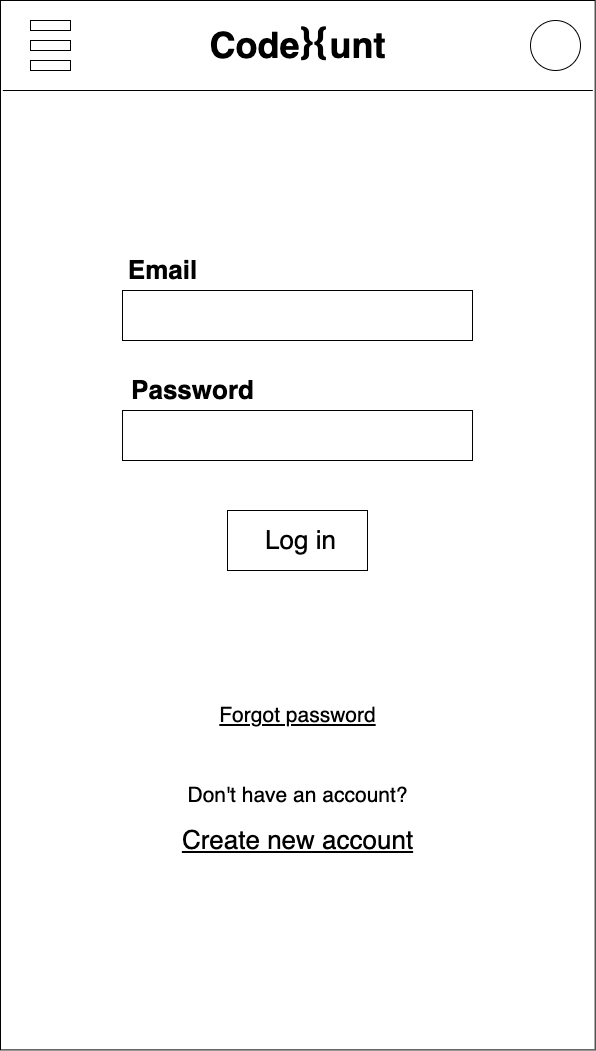
Earlier version of the draw.io export ux-design/wireframe/Wireframe-Login.png (software-students-spring2022/final-project-codehunt). Source tidied: cells renumbered, new cells last; positions are measured from the earlier drawing's top-left corner, leaving out a move shared by most shapes.
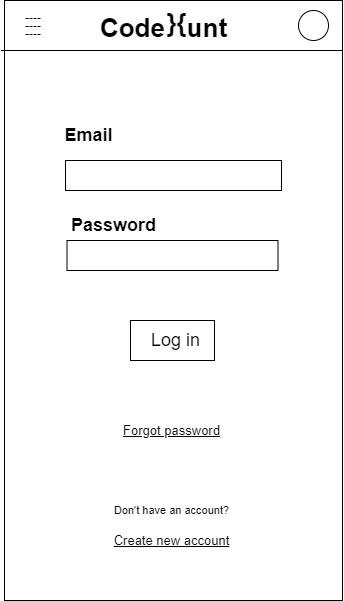
After the change.

Diff of the diagram source:
```diff
@@ -3,58 +3,52 @@
     <mxCell id="0" />
     <mxCell id="1" parent="0" />
     <mxCell id="2" style="rounded=0;whiteSpace=wrap;html=1;" parent="1" vertex="1">
-      <mxGeometry width="594.7" height="1049.4" as="geometry" />
+      <mxGeometry width="338" height="600" as="geometry" />
     </mxCell>
     <mxCell id="3" style="endArrow=none;html=1;rounded=0;" parent="1" edge="1">
       <mxGeometry relative="1" as="geometry">
-        <mxPoint x="592.3" y="90" as="sourcePoint" />
-        <mxPoint x="2.3" y="90" as="targetPoint" />
+        <mxPoint x="338" y="50" as="sourcePoint" />
+        <mxPoint x="-3.7" y="50" as="targetPoint" />
       </mxGeometry>
     </mxCell>
-    <mxCell id="4" value="Code&amp;nbsp; &amp;nbsp;unt" style="text;html=1;align=center;verticalAlign=middle;strokeColor=none;fillColor=none;fontSize=36;fontStyle=1;" parent="1" vertex="1">
-      <mxGeometry x="202.3" y="20" width="190" height="50" as="geometry" />
+    <mxCell id="4" value="Code&amp;nbsp; &amp;nbsp;unt" style="text;html=1;align=center;verticalAlign=middle;strokeColor=none;fillColor=none;fontSize=26;fontStyle=1;" parent="1" vertex="1">
+      <mxGeometry x="89" y="8" width="140" height="40" as="geometry" />
     </mxCell>
     <mxCell id="5" style="ellipse;whiteSpace=wrap;html=1;fontSize=22;" parent="1" vertex="1">
-      <mxGeometry x="530" y="20" width="50" height="50" as="geometry" />
+      <mxGeometry x="294" y="10" width="30" height="30" as="geometry" />
     </mxCell>
-    <mxCell id="6" style="rounded=0;whiteSpace=wrap;html=1;fontSize=22;" parent="1" vertex="1">
-      <mxGeometry x="30" y="20" width="40" height="10" as="geometry" />
-    </mxCell>
-    <mxCell id="7" style="rounded=0;whiteSpace=wrap;html=1;fontSize=22;" parent="1" vertex="1">
-      <mxGeometry x="30" y="40" width="40" height="10" as="geometry" />
-    </mxCell>
-    <mxCell id="8" style="rounded=0;whiteSpace=wrap;html=1;fontSize=22;" parent="1" vertex="1">
-      <mxGeometry x="30" y="60" width="40" height="10" as="geometry" />
-    </mxCell>
-    <mxCell id="9" value="Email" style="text;html=1;align=center;verticalAlign=middle;strokeColor=none;fillColor=none;fontSize=26;fontStyle=1;" parent="1" vertex="1">
-      <mxGeometry x="122.3" y="250" width="80" height="40" as="geometry" />
+    <mxCell id="9" value="Email" style="text;html=1;align=center;verticalAlign=middle;strokeColor=none;fillColor=none;fontSize=18;fontStyle=1;" parent="1" vertex="1">
+      <mxGeometry x="54" y="120" width="60" height="30" as="geometry" />
     </mxCell>
-    <mxCell id="10" value="Password" style="text;html=1;align=center;verticalAlign=middle;strokeColor=none;fillColor=none;fontSize=26;fontStyle=1;" parent="1" vertex="1">
-      <mxGeometry x="122" y="370" width="140" height="40" as="geometry" />
+    <mxCell id="10" value="Password" style="text;html=1;align=center;verticalAlign=middle;strokeColor=none;fillColor=none;fontSize=18;fontStyle=1;" parent="1" vertex="1">
+      <mxGeometry x="59.5" y="210" width="100" height="30" as="geometry" />
     </mxCell>
     <mxCell id="11" style="rounded=0;whiteSpace=wrap;html=1;fontSize=20;" parent="1" vertex="1">
-      <mxGeometry x="122" y="290" width="350" height="50" as="geometry" />
+      <mxGeometry x="61" y="160" width="216" height="30" as="geometry" />
     </mxCell>
-    <mxCell id="12" style="rounded=0;whiteSpace=wrap;html=1;fontSize=20;" parent="1" vertex="1">
-      <mxGeometry x="122" y="410" width="350" height="50" as="geometry" />
-    </mxCell>
-    <mxCell id="13" value="}{" style="text;html=1;align=center;verticalAlign=middle;strokeColor=none;fillColor=none;fontSize=36;fontStyle=1;" parent="1" vertex="1">
-      <mxGeometry x="294" y="15" width="40" height="50" as="geometry" />
+    <mxCell id="13" value="}{" style="text;html=1;align=center;verticalAlign=middle;strokeColor=none;fillColor=none;fontSize=26;fontStyle=1;" parent="1" vertex="1">
+      <mxGeometry x="151.7" y="3" width="40" height="40" as="geometry" />
     </mxCell>
     <mxCell id="14" style="rounded=0;whiteSpace=wrap;html=1;fontSize=26;" parent="1" vertex="1">
-      <mxGeometry x="227" y="510" width="140" height="60" as="geometry" />
+      <mxGeometry x="126" y="320" width="84" height="40" as="geometry" />
     </mxCell>
-    <mxCell id="15" value="Log in" style="text;html=1;align=center;verticalAlign=middle;strokeColor=none;fillColor=none;fontSize=26;" parent="1" vertex="1">
-      <mxGeometry x="255.3" y="520" width="90" height="40" as="geometry" />
+    <mxCell id="15" value="Log in" style="text;html=1;align=center;verticalAlign=middle;strokeColor=none;fillColor=none;fontSize=18;" parent="1" vertex="1">
+      <mxGeometry x="140.5" y="325" width="60" height="30" as="geometry" />
     </mxCell>
-    <mxCell id="16" value="Don't have an account?" style="text;html=1;align=center;verticalAlign=middle;strokeColor=none;fillColor=none;fontSize=21;" parent="1" vertex="1">
-      <mxGeometry x="177.3" y="780" width="240" height="30" as="geometry" />
+    <mxCell id="16" value="Don't have an account?" style="text;html=1;align=center;verticalAlign=middle;strokeColor=none;fillColor=none;fontSize=11;" parent="1" vertex="1">
+      <mxGeometry x="101.5" y="500" width="130" height="20" as="geometry" />
     </mxCell>
-    <mxCell id="17" value="Create new account" style="text;html=1;align=center;verticalAlign=middle;strokeColor=none;fillColor=none;fontSize=26;fontStyle=4;" parent="1" vertex="1">
-      <mxGeometry x="172.3" y="820" width="250" height="40" as="geometry" />
+    <mxCell id="17" value="Create new account" style="text;html=1;align=center;verticalAlign=middle;strokeColor=none;fillColor=none;fontSize=13;fontStyle=4;" parent="1" vertex="1">
+      <mxGeometry x="101.5" y="530" width="130" height="20" as="geometry" />
     </mxCell>
-    <mxCell id="18" value="Forgot password" style="text;html=1;align=center;verticalAlign=middle;strokeColor=none;fillColor=none;fontSize=21;fontStyle=4;" parent="1" vertex="1">
-      <mxGeometry x="212.3" y="700" width="170" height="30" as="geometry" />
+    <mxCell id="18" value="Forgot password" style="text;html=1;align=center;verticalAlign=middle;strokeColor=none;fillColor=none;fontSize=13;fontStyle=4;" parent="1" vertex="1">
+      <mxGeometry x="111.5" y="420" width="110" height="20" as="geometry" />
     </mxCell>
+    <mxCell id="19" value="&lt;p style=&quot;line-height: 0.7&quot;&gt;----&lt;br&gt;----&lt;br&gt;----&lt;/p&gt;" style="text;html=1;strokeColor=none;fillColor=none;align=center;verticalAlign=middle;whiteSpace=wrap;rounded=0;" parent="1" vertex="1">
+      <mxGeometry x="14" y="10" width="30" height="30" as="geometry" />
+    </mxCell>
+    <mxCell id="20" style="rounded=0;whiteSpace=wrap;html=1;fontSize=20;" parent="1" vertex="1">
+      <mxGeometry x="62.5" y="240" width="211" height="30" as="geometry" />
+    </mxCell>
   </root>
 </mxGraphModel>
```
